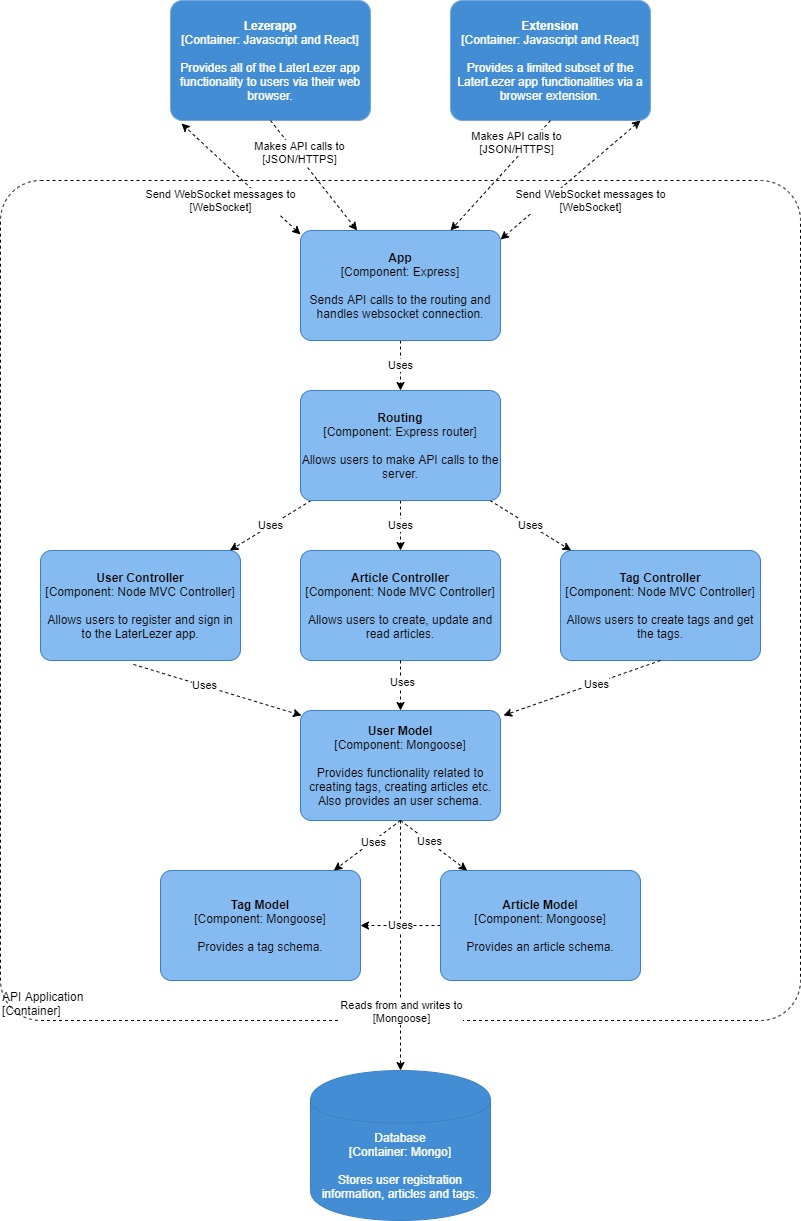
Patrickroelofs/HANICA-DWA-Laterlezer keeps this draw.io diagram as documents/c4model-components-diagram-server.png. Above is the earlier version. Source tidied: cells renumbered, new cells last; positions are measured from the earlier drawing's top-left corner, leaving out a move shared by most shapes.
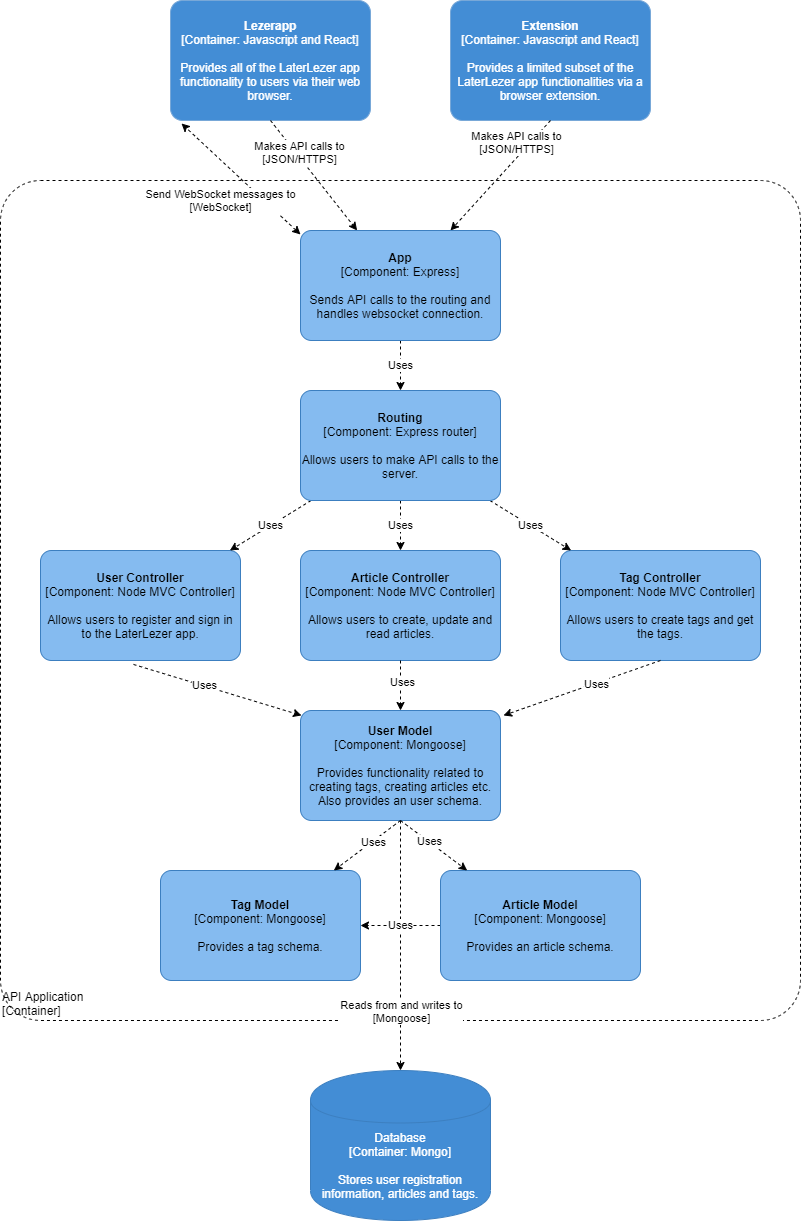
After the change.

The edit, as a diff of the source:
```diff
@@ -15,9 +15,6 @@
         <mxGeometry x="170" width="200" height="120" as="geometry" />
       </mxCell>
     </object>
-    <mxCell id="5" style="edgeStyle=none;rounded=0;jettySize=auto;html=1;entryX=1;entryY=0.082;entryDx=0;entryDy=0;entryPerimeter=0;dashed=1;exitX=0.95;exitY=1;exitDx=0;exitDy=0;exitPerimeter=0;startArrow=classic;startFill=1;" parent="1" edge="1" source="6" target="34">
-      <mxGeometry relative="1" as="geometry" />
-    </mxCell>
     <object id="6" label="&lt;b&gt;%c4Name%&lt;/b&gt;&lt;div&gt;[%c4Type%: %c4Technology%]&lt;/div&gt;&lt;br&gt;&lt;div&gt;%c4Description%&lt;/div&gt;" c4Description="Provides a limited subset of the LaterLezer app functionalities via a browser extension." c4Name="Extension" c4Technology="Javascript and React" c4Type="Container" placeholders="1">
       <mxCell style="rounded=1;whiteSpace=wrap;html=1;labelBackgroundColor=none;fontColor=#ffffff;align=center;arcSize=10;strokeColor=#78A8D8;metaData={&quot;c4Type&quot;:{&quot;editable&quot;:false}};points=[[0.25,0,0],[0.5,0,0],[0.75,0,0],[1,0.25,0],[1,0.5,0],[1,0.75,0],[0.75,1,0],[0.5,1,0],[0.25,1,0],[0,0.75,0],[0,0.5,0],[0,0.25,0]];fillColor=#438DD5;" parent="1" vertex="1">
         <mxGeometry x="450" width="200" height="120" as="geometry" />
@@ -127,9 +124,6 @@
         <mxGeometry x="300" y="230" width="200" height="110" as="geometry" />
       </mxCell>
     </object>
-    <mxCell id="35" value="Send WebSocket messages to&lt;br&gt;[WebSocket]" style="edgeLabel;html=1;align=center;verticalAlign=middle;" parent="1" vertex="1">
-      <mxGeometry x="590" y="200" as="geometry" />
-    </mxCell>
     <mxCell id="36" value="Send WebSocket messages to&lt;br&gt;[WebSocket]" style="edgeLabel;html=1;align=center;verticalAlign=middle;" parent="1" vertex="1">
       <mxGeometry x="220" y="200" as="geometry" />
     </mxCell>
```
